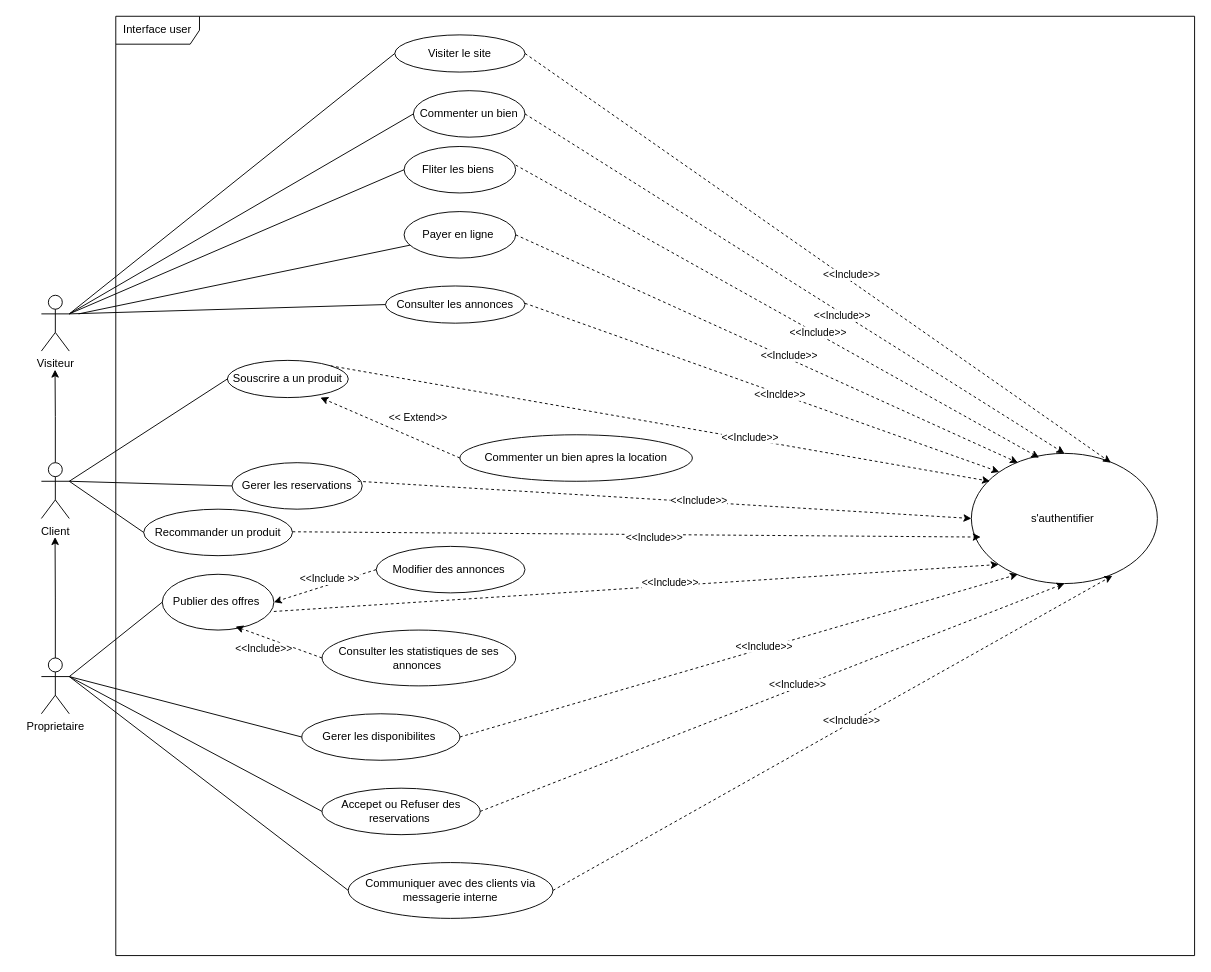
Earlier version of the draw.io diagram Les diagrammes/Cas d'utilisation 2.drawio (TiomboAldo/Projet_Site_Immobilier). Source tidied: cells renumbered, new cells numbered last; positions are measured from the earlier drawing's top-left corner, leaving out a move shared by most shapes. Both pictures are drawn from the tidied source at 93%, with x=0, y=0 at pixel (41, 16).
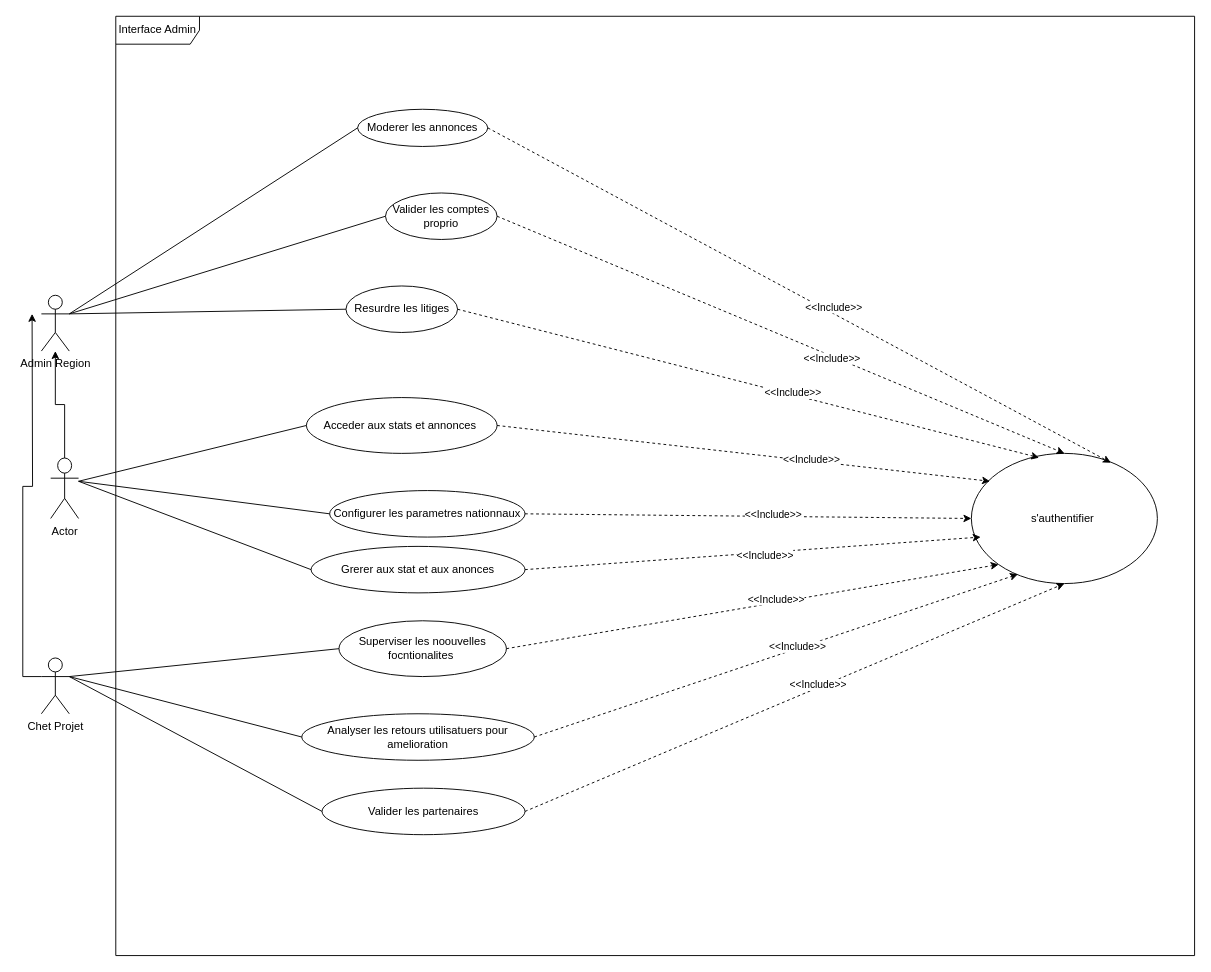
Above is the later version.

The change refers to these unchanged cells:
```xml
<mxCell id="40" value="s'authentifier&amp;nbsp;" style="ellipse;whiteSpace=wrap;html=1;align=center;" parent="1" vertex="1">
  <mxGeometry x="1000" y="470" width="200" height="140" as="geometry" />
</mxCell>
```

The edit, as a diff of the source:
```diff
@@
-    <mxCell id="2" value="Visiteur&lt;br&gt;" style="shape=umlActor;verticalLabelPosition=bottom;verticalAlign=top;html=1;outlineConnect=0;" parent="1" vertex="1">
+    <mxCell id="2" value="Admin Region" style="shape=umlActor;verticalLabelPosition=bottom;verticalAlign=top;html=1;outlineConnect=0;" parent="1" vertex="1">
       <mxGeometry y="300" width="30" height="60" as="geometry" />
     </mxCell>
-    <mxCell id="3" style="edgeStyle=orthogonalEdgeStyle;rounded=0;jettySize=auto;html=1;exitX=0.5;exitY=0;exitDx=0;exitDy=0;exitPerimeter=0;" parent="1" edge="1" source="4">
-      <mxGeometry relative="1" as="geometry">
-        <mxPoint x="14.7" y="380" as="targetPoint" />
-      </mxGeometry>
-    </mxCell>
-    <mxCell id="4" value="Client" style="shape=umlActor;verticalLabelPosition=bottom;verticalAlign=top;html=1;outlineConnect=0;" parent="1" vertex="1">
-      <mxGeometry y="480" width="30" height="60" as="geometry" />
-    </mxCell>
-    <mxCell id="5" style="edgeStyle=orthogonalEdgeStyle;rounded=0;jettySize=auto;html=1;exitX=0.5;exitY=0;exitDx=0;exitDy=0;exitPerimeter=0;" parent="1" edge="1" source="6">
-      <mxGeometry relative="1" as="geometry">
-        <mxPoint x="14.7" y="560" as="targetPoint" />
-      </mxGeometry>
-    </mxCell>
+    <mxCell id="66" style="edgeStyle=orthogonalEdgeStyle;rounded=0;jettySize=auto;html=1;exitX=0;exitY=0.3333333333333333;exitDx=0;exitDy=0;exitPerimeter=0;" parent="1" edge="1" source="6">
+      <mxGeometry relative="1" as="geometry">
+        <mxPoint x="-10" y="320" as="targetPoint" />
+      </mxGeometry>
+    </mxCell>
-    <mxCell id="6" value="Proprietaire" style="shape=umlActor;verticalLabelPosition=bottom;verticalAlign=top;html=1;outlineConnect=0;" parent="1" vertex="1">
+    <mxCell id="6" value="Chet Projet" style="shape=umlActor;verticalLabelPosition=bottom;verticalAlign=top;html=1;outlineConnect=0;" parent="1" vertex="1">
       <mxGeometry y="690" width="30" height="60" as="geometry" />
     </mxCell>
-    <mxCell id="7" value="Interface user" style="shape=umlFrame;whiteSpace=wrap;html=1;width=90;height=30;" parent="1" vertex="1">
+    <mxCell id="7" value="Interface Admin" style="shape=umlFrame;whiteSpace=wrap;html=1;width=90;height=30;" parent="1" vertex="1">
       <mxGeometry x="80" width="1160" height="1010" as="geometry" />
     </mxCell>
-    <mxCell id="8" value="Visiter le site" style="ellipse;whiteSpace=wrap;html=1;" parent="1" vertex="1">
-      <mxGeometry x="380" y="20" width="140" height="40" as="geometry" />
+    <mxCell id="8" value="Moderer les annonces" style="ellipse;whiteSpace=wrap;html=1;" parent="1" vertex="1">
+      <mxGeometry x="340" y="100" width="140" height="40" as="geometry" />
     </mxCell>
@@
-    <mxCell id="10" value="Consulter les annonces" style="ellipse;whiteSpace=wrap;html=1;" parent="1" vertex="1">
-      <mxGeometry x="370" y="290" width="150" height="40" as="geometry" />
-    </mxCell>
-    <mxCell id="11" style="endArrow=none;html=1;rounded=0;entryX=0;entryY=0.5;entryDx=0;entryDy=0;" parent="1" edge="1" target="10">
-      <mxGeometry relative="1" as="geometry">
-        <mxPoint x="30" y="320" as="sourcePoint" />
-      </mxGeometry>
-    </mxCell>
-    <mxCell id="12" value="Fliter les biens&amp;nbsp;" style="ellipse;whiteSpace=wrap;html=1;" parent="1" vertex="1">
-      <mxGeometry x="390" y="140" width="120" height="50" as="geometry" />
+    <mxCell id="12" value="Resurdre les litiges" style="ellipse;whiteSpace=wrap;html=1;" parent="1" vertex="1">
+      <mxGeometry x="327.5" y="290" width="120" height="50" as="geometry" />
     </mxCell>
@@
-    <mxCell id="14" value="Souscrire a un produit" style="ellipse;whiteSpace=wrap;html=1;" parent="1" vertex="1">
-      <mxGeometry x="200" y="370" width="130" height="40" as="geometry" />
+    <mxCell id="14" value="Acceder aux stats et annonces&amp;nbsp;" style="ellipse;whiteSpace=wrap;html=1;" parent="1" vertex="1">
+      <mxGeometry x="285" y="410" width="205" height="60" as="geometry" />
     </mxCell>
-    <mxCell id="15" style="endArrow=none;html=1;rounded=0;entryX=0;entryY=0.5;entryDx=0;entryDy=0;exitX=1;exitY=0.3333333333333333;exitDx=0;exitDy=0;exitPerimeter=0;" parent="1" edge="1" source="4" target="14">
-      <mxGeometry relative="1" as="geometry" />
+    <mxCell id="15" style="endArrow=none;html=1;rounded=0;entryX=0;entryY=0.5;entryDx=0;entryDy=0;" parent="1" edge="1" target="14">
+      <mxGeometry relative="1" as="geometry">
+        <mxPoint x="40" y="500" as="sourcePoint" />
+      </mxGeometry>
     </mxCell>
-    <mxCell id="16" value="Gerer les reservations" style="ellipse;whiteSpace=wrap;html=1;" parent="1" vertex="1">
-      <mxGeometry x="205" y="480" width="140" height="50" as="geometry" />
+    <mxCell id="16" value="Configurer les parametres nationnaux" style="ellipse;whiteSpace=wrap;html=1;" parent="1" vertex="1">
+      <mxGeometry x="310" y="510" width="210" height="50" as="geometry" />
     </mxCell>
     <mxCell id="17" style="endArrow=none;html=1;rounded=0;entryX=0;entryY=0.5;entryDx=0;entryDy=0;" parent="1" edge="1" target="16">
       <mxGeometry relative="1" as="geometry">
-        <mxPoint x="30" y="500" as="sourcePoint" />
+        <mxPoint x="40" y="500" as="sourcePoint" />
       </mxGeometry>
     </mxCell>
-    <mxCell id="18" value="Recommander un produit" style="ellipse;whiteSpace=wrap;html=1;" parent="1" vertex="1">
-      <mxGeometry x="110" y="530" width="160" height="50" as="geometry" />
+    <mxCell id="18" value="Grerer aux stat et aux anonces" style="ellipse;whiteSpace=wrap;html=1;" parent="1" vertex="1">
+      <mxGeometry x="290" y="570" width="230" height="50" as="geometry" />
     </mxCell>
-    <mxCell id="19" style="endArrow=none;html=1;rounded=0;entryX=0;entryY=0.5;entryDx=0;entryDy=0;exitX=1;exitY=0.3333333333333333;exitDx=0;exitDy=0;exitPerimeter=0;" parent="1" edge="1" source="4" target="18">
+    <mxCell id="19" style="endArrow=none;html=1;rounded=0;entryX=0;entryY=0.5;entryDx=0;entryDy=0;exitX=1;exitY=0.385;exitDx=0;exitDy=0;exitPerimeter=0;" parent="1" edge="1" source="68" target="18">
       <mxGeometry relative="1" as="geometry" />
     </mxCell>
-    <mxCell id="20" value="Payer en ligne&amp;nbsp;" style="ellipse;whiteSpace=wrap;html=1;" parent="1" vertex="1">
-      <mxGeometry x="390" y="210" width="120" height="50" as="geometry" />
-    </mxCell>
-    <mxCell id="21" value="Commenter un bien apres la location" style="ellipse;whiteSpace=wrap;html=1;" parent="1" vertex="1">
-      <mxGeometry x="450" y="450" width="250" height="50" as="geometry" />
-    </mxCell>
-    <mxCell id="22" style="endArrow=classic;html=1;rounded=0;dashed=1;exitX=0;exitY=0.5;exitDx=0;exitDy=0;" parent="1" edge="1" source="21">
-      <mxGeometry relative="1" as="geometry">
-        <mxPoint x="300" y="410" as="targetPoint" />
-      </mxGeometry>
-    </mxCell>
-    <mxCell id="23" value="&amp;lt;&amp;lt; Extend&amp;gt;&amp;gt;" style="edgeLabel;html=1;align=center;verticalAlign=middle;" parent="22" vertex="1">
-      <mxGeometry x="0.66" y="-6" relative="1" as="geometry">
-        <mxPoint x="77" y="16" as="offset" />
-      </mxGeometry>
-    </mxCell>
-    <mxCell id="24" value="Publier des offres&amp;nbsp;" style="ellipse;whiteSpace=wrap;html=1;" parent="1" vertex="1">
-      <mxGeometry x="130" y="600" width="120" height="60" as="geometry" />
+    <mxCell id="24" value="Superviser les noouvelles focntionalites&amp;nbsp;" style="ellipse;whiteSpace=wrap;html=1;" parent="1" vertex="1">
+      <mxGeometry x="320" y="650" width="180" height="60" as="geometry" />
     </mxCell>
-    <mxCell id="25" value="Gerer les disponibilites&amp;nbsp;" style="ellipse;whiteSpace=wrap;html=1;" parent="1" vertex="1">
-      <mxGeometry x="280" y="750" width="170" height="50" as="geometry" />
+    <mxCell id="25" value="Analyser les retours utilisatuers pour amelioration" style="ellipse;whiteSpace=wrap;html=1;" parent="1" vertex="1">
+      <mxGeometry x="280" y="750" width="250" height="50" as="geometry" />
     </mxCell>
-    <mxCell id="26" value="Accepet ou Refuser des reservations&amp;nbsp;" style="ellipse;whiteSpace=wrap;html=1;" parent="1" vertex="1">
-      <mxGeometry x="301.8" y="830" width="170" height="50" as="geometry" />
+    <mxCell id="26" value="Valider les partenaires" style="ellipse;whiteSpace=wrap;html=1;" parent="1" vertex="1">
+      <mxGeometry x="301.8" y="830" width="218.2" height="50" as="geometry" />
     </mxCell>
@@
-    <mxCell id="30" style="endArrow=none;html=1;rounded=0;entryX=0;entryY=0.5;entryDx=0;entryDy=0;exitX=1;exitY=0.3333333333333333;exitDx=0;exitDy=0;exitPerimeter=0;" parent="1" edge="1" source="6" target="61">
-      <mxGeometry relative="1" as="geometry" />
-    </mxCell>
-    <mxCell id="31" value="Modifier des annonces&amp;nbsp;" style="ellipse;whiteSpace=wrap;html=1;" parent="1" vertex="1">
-      <mxGeometry x="360" y="570" width="160" height="50" as="geometry" />
-    </mxCell>
-    <mxCell id="32" value="Consulter les statistiques de ses annonces&amp;nbsp;" style="ellipse;whiteSpace=wrap;html=1;" parent="1" vertex="1">
-      <mxGeometry x="301.8" y="660" width="208.2" height="60" as="geometry" />
-    </mxCell>
-    <mxCell id="33" style="endArrow=classic;html=1;rounded=0;entryX=1;entryY=0.5;entryDx=0;entryDy=0;dashed=1;exitX=0;exitY=0.5;exitDx=0;exitDy=0;" parent="1" edge="1" source="31" target="24">
-      <mxGeometry relative="1" as="geometry" />
-    </mxCell>
-    <mxCell id="34" value="&amp;lt;&amp;lt;Include &amp;gt;&amp;gt;" style="edgeLabel;html=1;align=center;verticalAlign=middle;" parent="33" vertex="1">
-      <mxGeometry x="0.7" y="-7" relative="1" as="geometry">
-        <mxPoint x="45" y="-14" as="offset" />
-      </mxGeometry>
-    </mxCell>
-    <mxCell id="35" style="endArrow=classic;html=1;rounded=0;entryX=0.656;entryY=0.937;entryDx=0;entryDy=0;entryPerimeter=0;dashed=1;exitX=0;exitY=0.5;exitDx=0;exitDy=0;" parent="1" edge="1" source="32" target="24">
-      <mxGeometry relative="1" as="geometry" />
-    </mxCell>
-    <mxCell id="36" value="&amp;lt;&amp;lt;Include&amp;gt;&amp;gt;" style="edgeLabel;html=1;align=center;verticalAlign=middle;" parent="35" vertex="1">
-      <mxGeometry x="0.71" y="-6" relative="1" as="geometry">
-        <mxPoint x="15" y="24" as="offset" />
-      </mxGeometry>
-    </mxCell>
@@
-    <mxCell id="38" value="Commenter un bien" style="ellipse;whiteSpace=wrap;html=1;" parent="1" vertex="1">
-      <mxGeometry x="400" y="80" width="120" height="50" as="geometry" />
+    <mxCell id="38" value="Valider les comptes proprio" style="ellipse;whiteSpace=wrap;html=1;" parent="1" vertex="1">
+      <mxGeometry x="370" y="190" width="120" height="50" as="geometry" />
     </mxCell>
-    <mxCell id="39" style="endArrow=none;html=1;rounded=0;" parent="1" edge="1" target="20">
-      <mxGeometry relative="1" as="geometry">
-        <mxPoint x="40" y="320" as="sourcePoint" />
-      </mxGeometry>
-    </mxCell>
@@
-    <mxCell id="45" style="endArrow=classic;html=1;rounded=0;entryX=0.364;entryY=0.033;entryDx=0;entryDy=0;entryPerimeter=0;dashed=1;" parent="1" edge="1" target="40">
-      <mxGeometry relative="1" as="geometry">
-        <mxPoint x="510" y="160" as="sourcePoint" />
-      </mxGeometry>
+    <mxCell id="45" style="endArrow=classic;html=1;rounded=0;entryX=0.364;entryY=0.033;entryDx=0;entryDy=0;entryPerimeter=0;dashed=1;exitX=1;exitY=0.5;exitDx=0;exitDy=0;" parent="1" edge="1" source="12" target="40">
+      <mxGeometry relative="1" as="geometry" />
     </mxCell>
@@
-    <mxCell id="47" style="endArrow=classic;html=1;rounded=0;exitX=1;exitY=0.5;exitDx=0;exitDy=0;dashed=1;" parent="1" edge="1" source="20">
-      <mxGeometry relative="1" as="geometry">
-        <mxPoint x="1050" y="480" as="targetPoint" />
-      </mxGeometry>
-    </mxCell>
-    <mxCell id="48" value="&amp;lt;&amp;lt;Include&amp;gt;&amp;gt;" style="edgeLabel;html=1;align=center;verticalAlign=middle;" parent="47" vertex="1">
-      <mxGeometry x="0.08" y="3" relative="1" as="geometry">
-        <mxPoint x="1" as="offset" />
-      </mxGeometry>
-    </mxCell>
-    <mxCell id="49" style="endArrow=classic;html=1;rounded=0;exitX=1;exitY=0;exitDx=0;exitDy=0;dashed=1;" parent="1" edge="1">
-      <mxGeometry relative="1" as="geometry">
-        <mxPoint x="520" y="308.6" as="sourcePoint" />
-        <mxPoint x="1030" y="490" as="targetPoint" />
-      </mxGeometry>
-    </mxCell>
-    <mxCell id="50" value="&amp;lt;&amp;lt;Inclde&amp;gt;&amp;gt;" style="edgeLabel;html=1;align=center;verticalAlign=middle;" parent="49" vertex="1">
-      <mxGeometry x="0.07" y="-1" relative="1" as="geometry">
-        <mxPoint x="1" as="offset" />
-      </mxGeometry>
-    </mxCell>
-    <mxCell id="51" style="endArrow=classic;html=1;rounded=0;exitX=1;exitY=0;exitDx=0;exitDy=0;dashed=1;" parent="1" edge="1" source="14">
+    <mxCell id="51" style="endArrow=classic;html=1;rounded=0;exitX=1;exitY=0.5;exitDx=0;exitDy=0;dashed=1;" parent="1" edge="1" source="14">
       <mxGeometry relative="1" as="geometry">
         <mxPoint x="1020" y="500" as="targetPoint" />
       </mxGeometry>
     </mxCell>
@@
-    <mxCell id="53" style="endArrow=classic;html=1;rounded=0;entryX=0;entryY=0.5;entryDx=0;entryDy=0;exitX=1;exitY=0;exitDx=0;exitDy=0;dashed=1;" parent="1" edge="1" target="40">
-      <mxGeometry relative="1" as="geometry">
-        <mxPoint x="340" y="500" as="sourcePoint" />
-      </mxGeometry>
+    <mxCell id="53" style="endArrow=classic;html=1;rounded=0;entryX=0;entryY=0.5;entryDx=0;entryDy=0;exitX=1;exitY=0.5;exitDx=0;exitDy=0;dashed=1;" parent="1" edge="1" source="16" target="40">
+      <mxGeometry relative="1" as="geometry" />
     </mxCell>
@@
-    <mxCell id="55" style="endArrow=classic;html=1;rounded=0;exitX=1;exitY=0;exitDx=0;exitDy=0;dashed=1;" parent="1" edge="1">
+    <mxCell id="55" style="endArrow=classic;html=1;rounded=0;exitX=1;exitY=0.5;exitDx=0;exitDy=0;dashed=1;" parent="1" edge="1" source="18">
       <mxGeometry relative="1" as="geometry">
-        <mxPoint x="270" y="554.3" as="sourcePoint" />
         <mxPoint x="1010" y="560" as="targetPoint" />
       </mxGeometry>
     </mxCell>
@@
-    <mxCell id="57" style="endArrow=classic;html=1;rounded=0;entryX=0;entryY=1;entryDx=0;entryDy=0;exitX=1;exitY=0;exitDx=0;exitDy=0;dashed=1;" parent="1" edge="1" target="40">
-      <mxGeometry relative="1" as="geometry">
-        <mxPoint x="250" y="640" as="sourcePoint" />
-      </mxGeometry>
+    <mxCell id="57" style="endArrow=classic;html=1;rounded=0;entryX=0;entryY=1;entryDx=0;entryDy=0;exitX=1;exitY=0.5;exitDx=0;exitDy=0;dashed=1;" parent="1" edge="1" source="24" target="40">
+      <mxGeometry relative="1" as="geometry" />
     </mxCell>
@@
-    <mxCell id="61" value="Communiquer avec des clients via messagerie interne" style="ellipse;whiteSpace=wrap;html=1;" parent="1" vertex="1">
-      <mxGeometry x="330" y="910" width="220" height="60" as="geometry" />
-    </mxCell>
@@
-    <mxCell id="64" style="endArrow=classic;html=1;rounded=0;entryX=0.758;entryY=0.94;entryDx=0;entryDy=0;entryPerimeter=0;exitX=1;exitY=0.5;exitDx=0;exitDy=0;dashed=1;" parent="1" edge="1" source="61" target="40">
-      <mxGeometry relative="1" as="geometry" />
-    </mxCell>
-    <mxCell id="65" value="&amp;lt;&amp;lt;Include&amp;gt;&amp;gt;" style="edgeLabel;html=1;align=center;verticalAlign=middle;" parent="64" vertex="1">
-      <mxGeometry x="0.07" y="2" relative="1" as="geometry" />
-    </mxCell>
+    <mxCell id="67" style="edgeStyle=orthogonalEdgeStyle;rounded=0;jettySize=auto;html=1;" parent="1" edge="1" source="68" target="2">
+      <mxGeometry relative="1" as="geometry" />
+    </mxCell>
+    <mxCell id="68" value="Actor" style="shape=umlActor;verticalLabelPosition=bottom;verticalAlign=top;html=1;outlineConnect=0;" parent="1" vertex="1">
+      <mxGeometry x="10" y="475" width="30" height="65" as="geometry" />
+    </mxCell>
```
